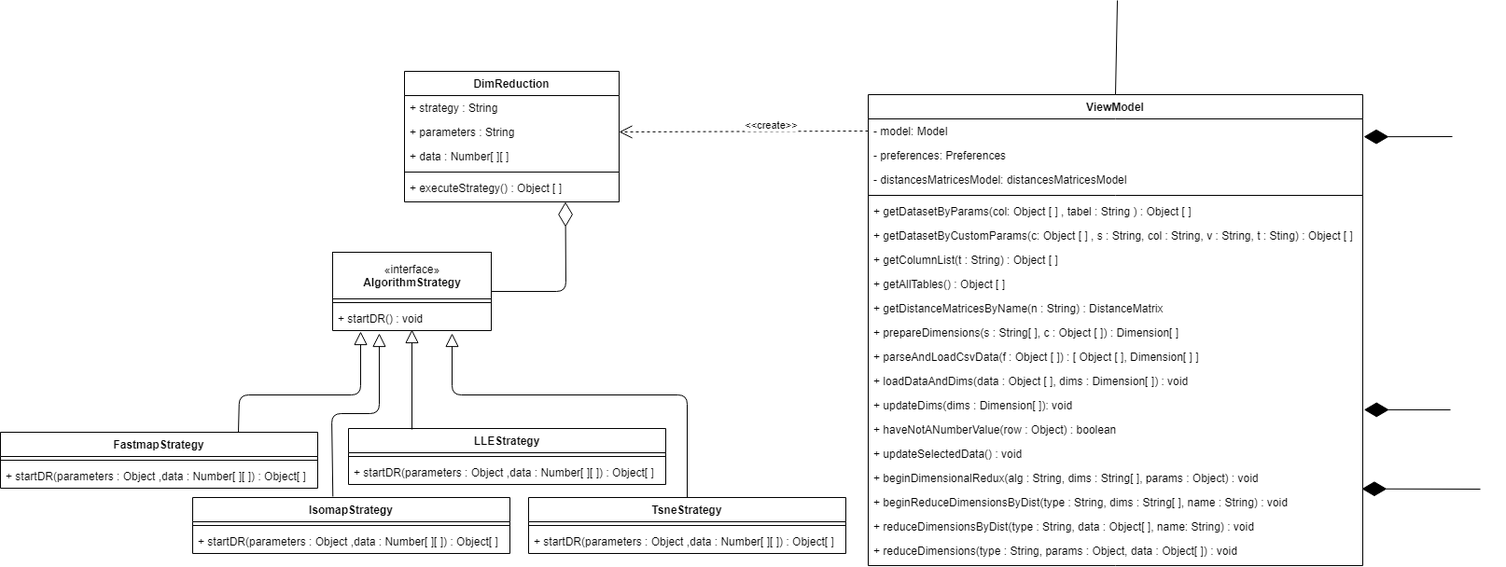
Earlier version of the draw.io export DocEsterna/AllegatoTecnico/Images/Allegato Tecnico-ViewModel.png (CodeBusterswe/CodeBusters-Docs). Source tidied: cells renumbered, new cells last; positions are measured from the earlier drawing's top-left corner, leaving out a move shared by most shapes.
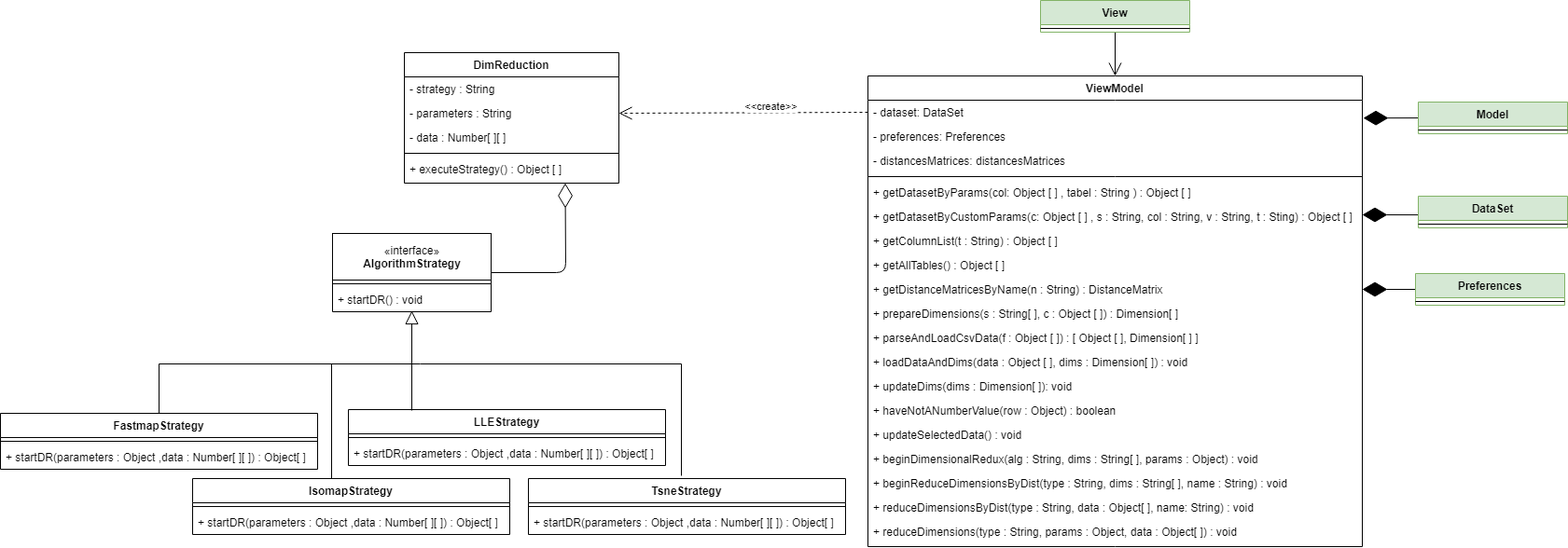
The same diagram one commit later.

The edit, as a diff of the source:
```diff
@@ -2,64 +2,16 @@
   <root>
     <mxCell id="0" />
     <mxCell id="1" parent="0" />
-    <mxCell id="2" value=" (?)" style="swimlane;fontStyle=3;align=center;verticalAlign=top;horizontal=1;startSize=0;rounded=0;shadow=0;strokeWidth=1;" parent="1" vertex="1">
-      <mxGeometry x="356" y="270" width="170" height="84" as="geometry" />
-    </mxCell>
-    <mxCell id="3" value="«interface»&lt;br&gt;&lt;span style=&quot;font-weight: 700&quot;&gt;AlgorithmStrategy&lt;/span&gt;" style="html=1;" parent="2" vertex="1">
-      <mxGeometry width="170" height="50" as="geometry" />
-    </mxCell>
-    <mxCell id="4" style="line;html=1;strokeWidth=1;align=left;verticalAlign=middle;spacingTop=-1;spacingLeft=3;spacingRight=3;labelPosition=right;" parent="2" vertex="1">
-      <mxGeometry y="50" width="170" height="8" as="geometry" />
-    </mxCell>
-    <mxCell id="5" value="+ startDR() : void" style="text;strokeColor=none;fillColor=none;align=left;verticalAlign=top;spacingLeft=4;spacingRight=4;overflow=hidden;points=[[0,0.5],[1,0.5]];portConstraint=eastwest;" parent="2" vertex="1">
-      <mxGeometry y="58" width="170" height="26" as="geometry" />
-    </mxCell>
-    <mxCell id="6" value="FastmapStrategy" style="swimlane;fontStyle=1;align=center;verticalAlign=top;horizontal=1;startSize=26;rounded=0;shadow=0;strokeWidth=1;" parent="1" vertex="1">
-      <mxGeometry y="463" width="340" height="60" as="geometry" />
-    </mxCell>
-    <mxCell id="7" style="line;html=1;strokeWidth=1;align=left;verticalAlign=middle;spacingTop=-1;spacingLeft=3;spacingRight=3;labelPosition=right;" parent="6" vertex="1">
-      <mxGeometry y="26" width="340" height="8" as="geometry" />
-    </mxCell>
-    <mxCell id="8" value="+ startDR(parameters : Object ,data : Number[ ][ ]) : Object[ ]" style="text;strokeColor=none;fillColor=none;align=left;verticalAlign=top;spacingLeft=4;spacingRight=4;overflow=hidden;" parent="6" vertex="1">
-      <mxGeometry y="34" width="340" height="26" as="geometry" />
-    </mxCell>
-    <mxCell id="9" value="LLEStrategy" style="swimlane;fontStyle=1;align=center;verticalAlign=top;horizontal=1;startSize=26;rounded=0;shadow=0;strokeWidth=1;" parent="1" vertex="1">
-      <mxGeometry x="373" y="459" width="340" height="60" as="geometry" />
-    </mxCell>
-    <mxCell id="10" style="line;html=1;strokeWidth=1;align=left;verticalAlign=middle;spacingTop=-1;spacingLeft=3;spacingRight=3;labelPosition=right;" parent="9" vertex="1">
-      <mxGeometry y="26" width="340" height="8" as="geometry" />
-    </mxCell>
-    <mxCell id="11" value="+ startDR(parameters : Object ,data : Number[ ][ ]) : Object[ ]" style="text;strokeColor=none;fillColor=none;align=left;verticalAlign=top;spacingLeft=4;spacingRight=4;overflow=hidden;" parent="9" vertex="1">
-      <mxGeometry y="34" width="340" height="26" as="geometry" />
-    </mxCell>
-    <mxCell id="12" value="IsomapStrategy" style="swimlane;fontStyle=1;align=center;verticalAlign=top;horizontal=1;startSize=26;rounded=0;shadow=0;strokeWidth=1;" parent="1" vertex="1">
-      <mxGeometry x="206" y="533" width="340" height="60" as="geometry" />
-    </mxCell>
-    <mxCell id="13" style="line;html=1;strokeWidth=1;align=left;verticalAlign=middle;spacingTop=-1;spacingLeft=3;spacingRight=3;labelPosition=right;" parent="12" vertex="1">
-      <mxGeometry y="26" width="340" height="8" as="geometry" />
-    </mxCell>
-    <mxCell id="14" value="+ startDR(parameters : Object ,data : Number[ ][ ]) : Object[ ]" style="text;strokeColor=none;fillColor=none;align=left;verticalAlign=top;spacingLeft=4;spacingRight=4;overflow=hidden;" parent="12" vertex="1">
-      <mxGeometry y="34" width="340" height="26" as="geometry" />
-    </mxCell>
-    <mxCell id="15" value="TsneStrategy" style="swimlane;fontStyle=1;align=center;verticalAlign=top;horizontal=1;startSize=26;rounded=0;shadow=0;strokeWidth=1;" parent="1" vertex="1">
-      <mxGeometry x="566" y="533" width="340" height="60" as="geometry" />
-    </mxCell>
-    <mxCell id="16" style="line;html=1;strokeWidth=1;align=left;verticalAlign=middle;spacingTop=-1;spacingLeft=3;spacingRight=3;labelPosition=right;" parent="15" vertex="1">
-      <mxGeometry y="26" width="340" height="8" as="geometry" />
-    </mxCell>
-    <mxCell id="17" value="+ startDR(parameters : Object ,data : Number[ ][ ]) : Object[ ]" style="text;strokeColor=none;fillColor=none;align=left;verticalAlign=top;spacingLeft=4;spacingRight=4;overflow=hidden;" parent="15" vertex="1">
-      <mxGeometry y="34" width="340" height="26" as="geometry" />
-    </mxCell>
     <mxCell id="18" value="DimReduction" style="swimlane;fontStyle=1;align=center;verticalAlign=top;horizontal=1;startSize=26;rounded=0;shadow=0;strokeWidth=1;" parent="1" vertex="1">
       <mxGeometry x="433" y="76" width="230" height="140" as="geometry" />
     </mxCell>
-    <mxCell id="19" value="+ strategy : String " style="text;strokeColor=none;fillColor=none;align=left;verticalAlign=top;spacingLeft=4;spacingRight=4;overflow=hidden;" parent="18" vertex="1">
+    <mxCell id="19" value="- strategy : String " style="text;strokeColor=none;fillColor=none;align=left;verticalAlign=top;spacingLeft=4;spacingRight=4;overflow=hidden;" parent="18" vertex="1">
       <mxGeometry y="26" width="230" height="26" as="geometry" />
     </mxCell>
-    <mxCell id="20" value="+ parameters : String" style="text;strokeColor=none;fillColor=none;align=left;verticalAlign=top;spacingLeft=4;spacingRight=4;overflow=hidden;points=[[0,0.5],[1,0.5]];portConstraint=eastwest;" parent="18" vertex="1">
+    <mxCell id="20" value="- parameters : String" style="text;strokeColor=none;fillColor=none;align=left;verticalAlign=top;spacingLeft=4;spacingRight=4;overflow=hidden;points=[[0,0.5],[1,0.5]];portConstraint=eastwest;" parent="18" vertex="1">
       <mxGeometry y="52" width="230" height="26" as="geometry" />
     </mxCell>
-    <mxCell id="21" value="+ data : Number[ ][ ]" style="text;strokeColor=none;fillColor=none;align=left;verticalAlign=top;spacingLeft=4;spacingRight=4;overflow=hidden;" parent="18" vertex="1">
+    <mxCell id="21" value="- data : Number[ ][ ]" style="text;strokeColor=none;fillColor=none;align=left;verticalAlign=top;spacingLeft=4;spacingRight=4;overflow=hidden;" parent="18" vertex="1">
       <mxGeometry y="78" width="230" height="26" as="geometry" />
     </mxCell>
     <mxCell id="22" style="line;html=1;strokeWidth=1;align=left;verticalAlign=middle;spacingTop=-1;spacingLeft=3;spacingRight=3;labelPosition=right;" parent="18" vertex="1">
@@ -71,13 +23,13 @@
     <mxCell id="24" value="ViewModel" style="swimlane;fontStyle=1;align=center;verticalAlign=top;horizontal=1;startSize=26;rounded=0;shadow=0;strokeWidth=1;" parent="1" vertex="1">
       <mxGeometry x="930" y="101" width="530" height="505" as="geometry" />
     </mxCell>
-    <mxCell id="25" value="- model: Model" style="text;strokeColor=none;fillColor=none;align=left;verticalAlign=top;spacingLeft=4;spacingRight=4;overflow=hidden;points=[[0,0.5],[1,0.5]];portConstraint=eastwest;" parent="24" vertex="1">
+    <mxCell id="25" value="- dataset: DataSet" style="text;strokeColor=none;fillColor=none;align=left;verticalAlign=top;spacingLeft=4;spacingRight=4;overflow=hidden;points=[[0,0.5],[1,0.5]];portConstraint=eastwest;" parent="24" vertex="1">
       <mxGeometry y="26" width="530" height="26" as="geometry" />
     </mxCell>
     <mxCell id="26" value="- preferences: Preferences" style="text;strokeColor=none;fillColor=none;align=left;verticalAlign=top;spacingLeft=4;spacingRight=4;overflow=hidden;" parent="24" vertex="1">
       <mxGeometry y="52" width="530" height="26" as="geometry" />
     </mxCell>
-    <mxCell id="27" value="- distancesMatricesModel: distancesMatricesModel" style="text;strokeColor=none;fillColor=none;align=left;verticalAlign=top;spacingLeft=4;spacingRight=4;overflow=hidden;" parent="24" vertex="1">
+    <mxCell id="27" value="- distancesMatrices: distancesMatrices" style="text;strokeColor=none;fillColor=none;align=left;verticalAlign=top;spacingLeft=4;spacingRight=4;overflow=hidden;" parent="24" vertex="1">
       <mxGeometry y="78" width="530" height="26" as="geometry" />
     </mxCell>
     <mxCell id="28" style="line;html=1;strokeWidth=1;align=left;verticalAlign=middle;spacingTop=-1;spacingLeft=3;spacingRight=3;labelPosition=right;" parent="24" vertex="1">
@@ -135,55 +87,26 @@
         </Array>
       </mxGeometry>
     </mxCell>
-    <mxCell id="45" style="endArrow=block;endFill=0;endSize=12;html=1;strokeColor=#000000;entryX=0.5;entryY=0.962;entryDx=0;entryDy=0;entryPerimeter=0;" parent="1" edge="1" target="5">
-      <mxGeometry relative="1" as="geometry">
-        <mxPoint x="441" y="460" as="sourcePoint" />
-      </mxGeometry>
-    </mxCell>
-    <mxCell id="46" style="endArrow=block;endFill=0;endSize=12;html=1;strokeColor=#000000;exitX=0.5;exitY=0;exitDx=0;exitDy=0;entryX=0.753;entryY=1.115;entryDx=0;entryDy=0;entryPerimeter=0;" parent="1" edge="1" source="15" target="5">
-      <mxGeometry relative="1" as="geometry">
-        <Array as="points">
-          <mxPoint x="736" y="423" />
-          <mxPoint x="484" y="423" />
-        </Array>
-      </mxGeometry>
-    </mxCell>
-    <mxCell id="47" style="endArrow=block;endFill=0;endSize=12;html=1;strokeColor=#000000;entryX=0.525;entryY=1.154;entryDx=0;entryDy=0;entryPerimeter=0;exitX=0.75;exitY=0;exitDx=0;exitDy=0;" parent="1" edge="1" source="6">
-      <mxGeometry relative="1" as="geometry">
-        <mxPoint x="386" y="355" as="targetPoint" />
-        <Array as="points">
-          <mxPoint x="256" y="423" />
-          <mxPoint x="386" y="423" />
-        </Array>
-      </mxGeometry>
-    </mxCell>
-    <mxCell id="48" style="endArrow=block;endFill=0;endSize=12;html=1;strokeColor=#000000;entryX=0.294;entryY=1.115;entryDx=0;entryDy=0;entryPerimeter=0;exitX=0.442;exitY=-0.017;exitDx=0;exitDy=0;exitPerimeter=0;" parent="1" edge="1" source="12" target="5">
-      <mxGeometry relative="1" as="geometry">
-        <Array as="points">
-          <mxPoint x="355" y="443" />
-          <mxPoint x="406" y="443" />
-        </Array>
-      </mxGeometry>
-    </mxCell>
     <mxCell id="49" style="endArrow=diamondThin;endFill=1;endSize=24;html=1;entryX=1.002;entryY=0.737;entryDx=0;entryDy=0;entryPerimeter=0;" parent="1" edge="1" target="25">
       <mxGeometry relative="1" as="geometry">
         <mxPoint x="1556" y="146" as="sourcePoint" />
       </mxGeometry>
     </mxCell>
-    <mxCell id="50" style="endArrow=none;endFill=0;endSize=12;html=1;exitX=0.48;exitY=1.038;exitDx=0;exitDy=0;exitPerimeter=0;entryX=0.5;entryY=0;entryDx=0;entryDy=0;" parent="1" edge="1" target="24">
-      <mxGeometry relative="1" as="geometry">
-        <mxPoint x="1197" as="sourcePoint" />
-      </mxGeometry>
+    <mxCell id="50" style="endArrow=open;endFill=0;endSize=12;html=1;exitX=0.5;exitY=1;exitDx=0;exitDy=0;entryX=0.5;entryY=0;entryDx=0;entryDy=0;" parent="1" edge="1" source="55" target="24">
+      <mxGeometry relative="1" as="geometry" />
     </mxCell>
     <mxCell id="51" style="endArrow=diamondThin;endFill=1;endSize=24;html=1;entryX=1.01;entryY=0.688;entryDx=0;entryDy=0;exitX=0;exitY=0.5;exitDx=0;exitDy=0;entryPerimeter=0;" parent="1" edge="1">
       <mxGeometry relative="1" as="geometry">
-        <mxPoint x="1554" y="439" as="sourcePoint" />
-        <mxPoint x="1461.3" y="438.9" as="targetPoint" />
+        <mxPoint x="1552.7" y="250.1" as="sourcePoint" />
+        <mxPoint x="1460" y="250" as="targetPoint" />
       </mxGeometry>
     </mxCell>
-    <mxCell id="52" style="endArrow=diamondThin;endFill=1;endSize=24;html=1;entryX=0.998;entryY=-0.051;entryDx=0;entryDy=0;entryPerimeter=0;" parent="1" edge="1" target="41">
+    <mxCell id="52" style="endArrow=diamondThin;endFill=1;endSize=24;html=1;entryX=1;entryY=0.5;entryDx=0;entryDy=0;" parent="1" edge="1" target="33">
       <mxGeometry relative="1" as="geometry">
-        <mxPoint x="1586" y="524" as="sourcePoint" />
+        <mxPoint x="1550" y="330" as="sourcePoint" />
+        <Array as="points">
+          <mxPoint x="1530" y="330" />
+        </Array>
       </mxGeometry>
     </mxCell>
     <mxCell id="53" style="endArrow=open;endFill=1;endSize=12;html=1;strokeColor=#000000;dashed=1;entryX=1;entryY=0.5;entryDx=0;entryDy=0;exitX=0;exitY=0.5;exitDx=0;exitDy=0;" parent="1" edge="1" source="25" target="20">
@@ -194,5 +117,105 @@
         <mxPoint x="3.7" y="-10.4" as="offset" />
       </mxGeometry>
     </mxCell>
+    <mxCell id="55" value="View" style="swimlane;fontStyle=1;align=center;verticalAlign=top;horizontal=1;startSize=26;fontSize=12;fillColor=#d5e8d4;strokeColor=#82b366;" parent="1" vertex="1">
+      <mxGeometry x="1115" y="20" width="160" height="34" as="geometry" />
+    </mxCell>
+    <mxCell id="56" style="line;strokeWidth=1;fillColor=none;align=left;verticalAlign=middle;spacingTop=-1;spacingLeft=3;spacingRight=3;labelPosition=right;" parent="55" vertex="1">
+      <mxGeometry y="26" width="160" height="8" as="geometry" />
+    </mxCell>
+    <mxCell id="57" value="Model" style="swimlane;fontStyle=1;align=center;verticalAlign=top;horizontal=1;startSize=26;fontSize=12;fillColor=#d5e8d4;strokeColor=#82b366;" parent="1" vertex="1">
+      <mxGeometry x="1520" y="129" width="160" height="34" as="geometry" />
+    </mxCell>
+    <mxCell id="58" style="line;strokeWidth=1;fillColor=none;align=left;verticalAlign=middle;spacingTop=-1;spacingLeft=3;spacingRight=3;labelPosition=right;" parent="57" vertex="1">
+      <mxGeometry y="26" width="160" height="8" as="geometry" />
+    </mxCell>
+    <mxCell id="59" value="DataSet" style="swimlane;fontStyle=1;align=center;verticalAlign=top;horizontal=1;startSize=26;fontSize=12;fillColor=#d5e8d4;strokeColor=#82b366;" parent="1" vertex="1">
+      <mxGeometry x="1520" y="230" width="160" height="34" as="geometry" />
+    </mxCell>
+    <mxCell id="60" style="line;strokeWidth=1;fillColor=none;align=left;verticalAlign=middle;spacingTop=-1;spacingLeft=3;spacingRight=3;labelPosition=right;" parent="59" vertex="1">
+      <mxGeometry y="26" width="160" height="8" as="geometry" />
+    </mxCell>
+    <mxCell id="61" value="Preferences" style="swimlane;fontStyle=1;align=center;verticalAlign=top;horizontal=1;startSize=26;fontSize=12;fillColor=#d5e8d4;strokeColor=#82b366;" parent="1" vertex="1">
+      <mxGeometry x="1517" y="313" width="160" height="34" as="geometry" />
+    </mxCell>
+    <mxCell id="62" style="line;strokeWidth=1;fillColor=none;align=left;verticalAlign=middle;spacingTop=-1;spacingLeft=3;spacingRight=3;labelPosition=right;" parent="61" vertex="1">
+      <mxGeometry y="26" width="160" height="8" as="geometry" />
+    </mxCell>
+    <mxCell id="2" value=" (?)" style="swimlane;fontStyle=3;align=center;verticalAlign=top;horizontal=1;startSize=0;rounded=0;shadow=0;strokeWidth=1;" parent="1" vertex="1">
+      <mxGeometry x="356" y="270" width="170" height="84" as="geometry" />
+    </mxCell>
+    <mxCell id="3" value="«interface»&lt;br&gt;&lt;span style=&quot;font-weight: 700&quot;&gt;AlgorithmStrategy&lt;/span&gt;" style="html=1;" parent="2" vertex="1">
+      <mxGeometry width="170" height="50" as="geometry" />
+    </mxCell>
+    <mxCell id="4" style="line;html=1;strokeWidth=1;align=left;verticalAlign=middle;spacingTop=-1;spacingLeft=3;spacingRight=3;labelPosition=right;" parent="2" vertex="1">
+      <mxGeometry y="50" width="170" height="8" as="geometry" />
+    </mxCell>
+    <mxCell id="5" value="+ startDR() : void" style="text;strokeColor=none;fillColor=none;align=left;verticalAlign=top;spacingLeft=4;spacingRight=4;overflow=hidden;points=[[0,0.5],[1,0.5]];portConstraint=eastwest;" parent="2" vertex="1">
+      <mxGeometry y="58" width="170" height="26" as="geometry" />
+    </mxCell>
+    <mxCell id="6" value="FastmapStrategy" style="swimlane;fontStyle=1;align=center;verticalAlign=top;horizontal=1;startSize=26;rounded=0;shadow=0;strokeWidth=1;" parent="1" vertex="1">
+      <mxGeometry y="463" width="340" height="60" as="geometry" />
+    </mxCell>
+    <mxCell id="63" style="line;html=1;strokeWidth=1;align=left;verticalAlign=middle;spacingTop=-1;spacingLeft=3;spacingRight=3;labelPosition=right;" parent="6" vertex="1">
+      <mxGeometry y="26" width="340" height="8" as="geometry" />
+    </mxCell>
+    <mxCell id="64" value="+ startDR(parameters : Object ,data : Number[ ][ ]) : Object[ ]" style="text;strokeColor=none;fillColor=none;align=left;verticalAlign=top;spacingLeft=4;spacingRight=4;overflow=hidden;" parent="6" vertex="1">
+      <mxGeometry y="34" width="340" height="26" as="geometry" />
+    </mxCell>
+    <mxCell id="9" value="LLEStrategy" style="swimlane;fontStyle=1;align=center;verticalAlign=top;horizontal=1;startSize=26;rounded=0;shadow=0;strokeWidth=1;" parent="1" vertex="1">
+      <mxGeometry x="373" y="459" width="340" height="60" as="geometry" />
+    </mxCell>
+    <mxCell id="65" style="line;html=1;strokeWidth=1;align=left;verticalAlign=middle;spacingTop=-1;spacingLeft=3;spacingRight=3;labelPosition=right;" parent="9" vertex="1">
+      <mxGeometry y="26" width="340" height="8" as="geometry" />
+    </mxCell>
+    <mxCell id="66" value="+ startDR(parameters : Object ,data : Number[ ][ ]) : Object[ ]" style="text;strokeColor=none;fillColor=none;align=left;verticalAlign=top;spacingLeft=4;spacingRight=4;overflow=hidden;" parent="9" vertex="1">
+      <mxGeometry y="34" width="340" height="26" as="geometry" />
+    </mxCell>
+    <mxCell id="12" value="IsomapStrategy" style="swimlane;fontStyle=1;align=center;verticalAlign=top;horizontal=1;startSize=26;rounded=0;shadow=0;strokeWidth=1;" parent="1" vertex="1">
+      <mxGeometry x="206" y="533" width="340" height="60" as="geometry" />
+    </mxCell>
+    <mxCell id="67" style="line;html=1;strokeWidth=1;align=left;verticalAlign=middle;spacingTop=-1;spacingLeft=3;spacingRight=3;labelPosition=right;" parent="12" vertex="1">
+      <mxGeometry y="26" width="340" height="8" as="geometry" />
+    </mxCell>
+    <mxCell id="68" value="+ startDR(parameters : Object ,data : Number[ ][ ]) : Object[ ]" style="text;strokeColor=none;fillColor=none;align=left;verticalAlign=top;spacingLeft=4;spacingRight=4;overflow=hidden;" parent="12" vertex="1">
+      <mxGeometry y="34" width="340" height="26" as="geometry" />
+    </mxCell>
+    <mxCell id="15" value="TsneStrategy" style="swimlane;fontStyle=1;align=center;verticalAlign=top;horizontal=1;startSize=26;rounded=0;shadow=0;strokeWidth=1;" parent="1" vertex="1">
+      <mxGeometry x="566" y="533" width="340" height="60" as="geometry" />
+    </mxCell>
+    <mxCell id="69" style="line;html=1;strokeWidth=1;align=left;verticalAlign=middle;spacingTop=-1;spacingLeft=3;spacingRight=3;labelPosition=right;" parent="15" vertex="1">
+      <mxGeometry y="26" width="340" height="8" as="geometry" />
+    </mxCell>
+    <mxCell id="70" value="+ startDR(parameters : Object ,data : Number[ ][ ]) : Object[ ]" style="text;strokeColor=none;fillColor=none;align=left;verticalAlign=top;spacingLeft=4;spacingRight=4;overflow=hidden;" parent="15" vertex="1">
+      <mxGeometry y="34" width="340" height="26" as="geometry" />
+    </mxCell>
+    <mxCell id="71" style="endArrow=block;endFill=0;endSize=12;html=1;strokeColor=#000000;entryX=0.5;entryY=0.962;entryDx=0;entryDy=0;entryPerimeter=0;" parent="1" edge="1" target="5">
+      <mxGeometry relative="1" as="geometry">
+        <mxPoint x="441" y="460" as="sourcePoint" />
+      </mxGeometry>
+    </mxCell>
+    <mxCell id="72" style="endArrow=none;endFill=0;endSize=12;html=1;" parent="1" edge="1">
+      <mxGeometry relative="1" as="geometry">
+        <mxPoint x="170" y="410" as="sourcePoint" />
+        <mxPoint x="730" y="410" as="targetPoint" />
+      </mxGeometry>
+    </mxCell>
+    <mxCell id="73" style="endArrow=none;endFill=0;endSize=12;html=1;exitX=0.5;exitY=0;exitDx=0;exitDy=0;" parent="1" edge="1" source="6">
+      <mxGeometry relative="1" as="geometry">
+        <mxPoint x="170" y="410" as="targetPoint" />
+      </mxGeometry>
+    </mxCell>
+    <mxCell id="74" style="endArrow=none;endFill=0;endSize=12;html=1;exitX=0.5;exitY=0;exitDx=0;exitDy=0;" parent="1" edge="1">
+      <mxGeometry relative="1" as="geometry">
+        <mxPoint x="355" y="533" as="sourcePoint" />
+        <mxPoint x="355" y="410" as="targetPoint" />
+      </mxGeometry>
+    </mxCell>
+    <mxCell id="75" style="endArrow=none;endFill=0;endSize=12;html=1;" parent="1" edge="1">
+      <mxGeometry relative="1" as="geometry">
+        <mxPoint x="730" y="530" as="sourcePoint" />
+        <mxPoint x="730" y="410" as="targetPoint" />
+      </mxGeometry>
+    </mxCell>
   </root>
 </mxGraphModel>
```
